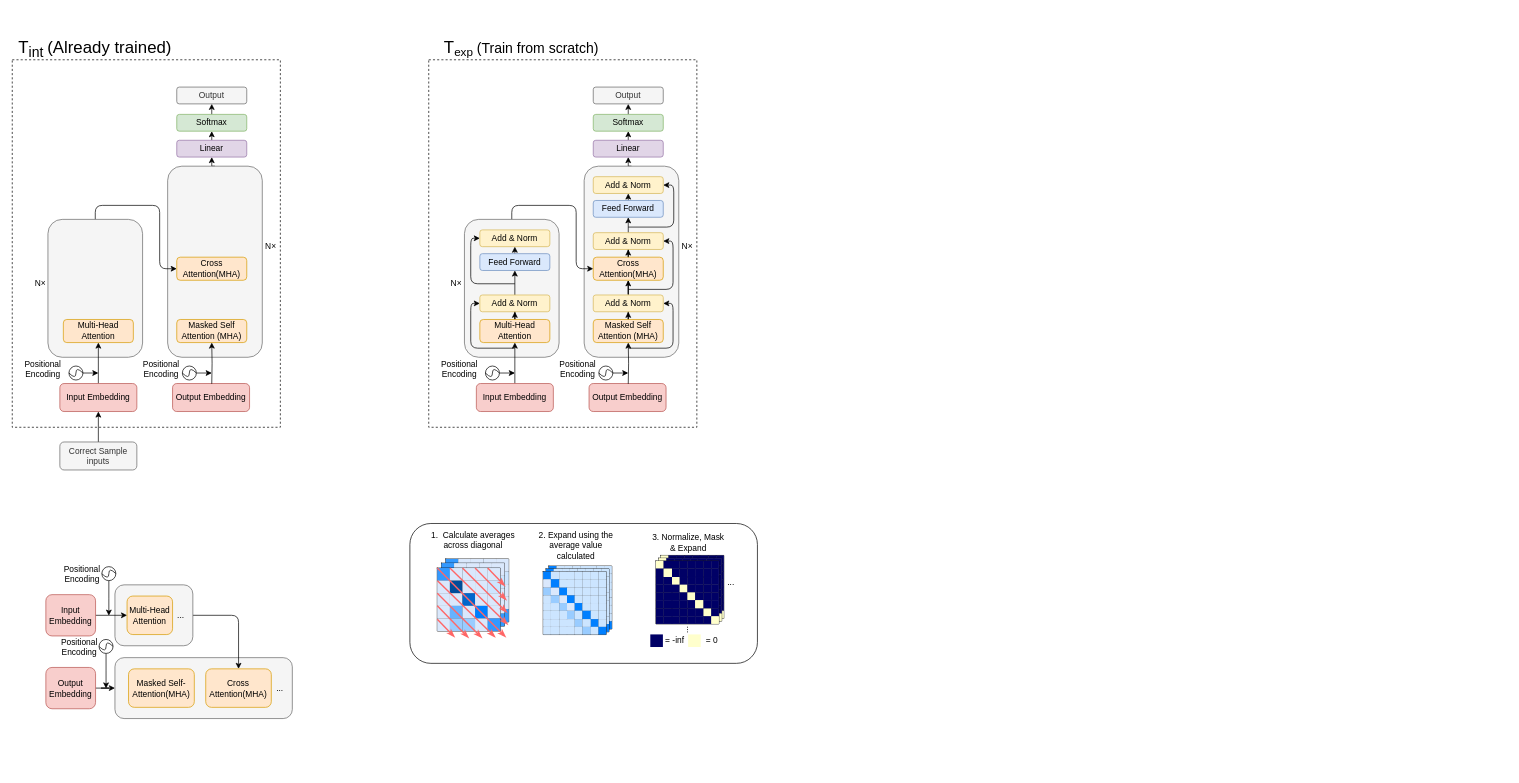
Before: graphs/simplifieddiagram.drawio in shaoxiongduan/AttentionBiasCalibration, a draw.io diagram. Source tidied: cells renumbered, new cells numbered last; positions are measured from the earlier drawing's top-left corner, leaving out a move shared by most shapes. Both pictures are drawn from the tidied source at 70%, with x=0, y=0 at pixel (12, 37).
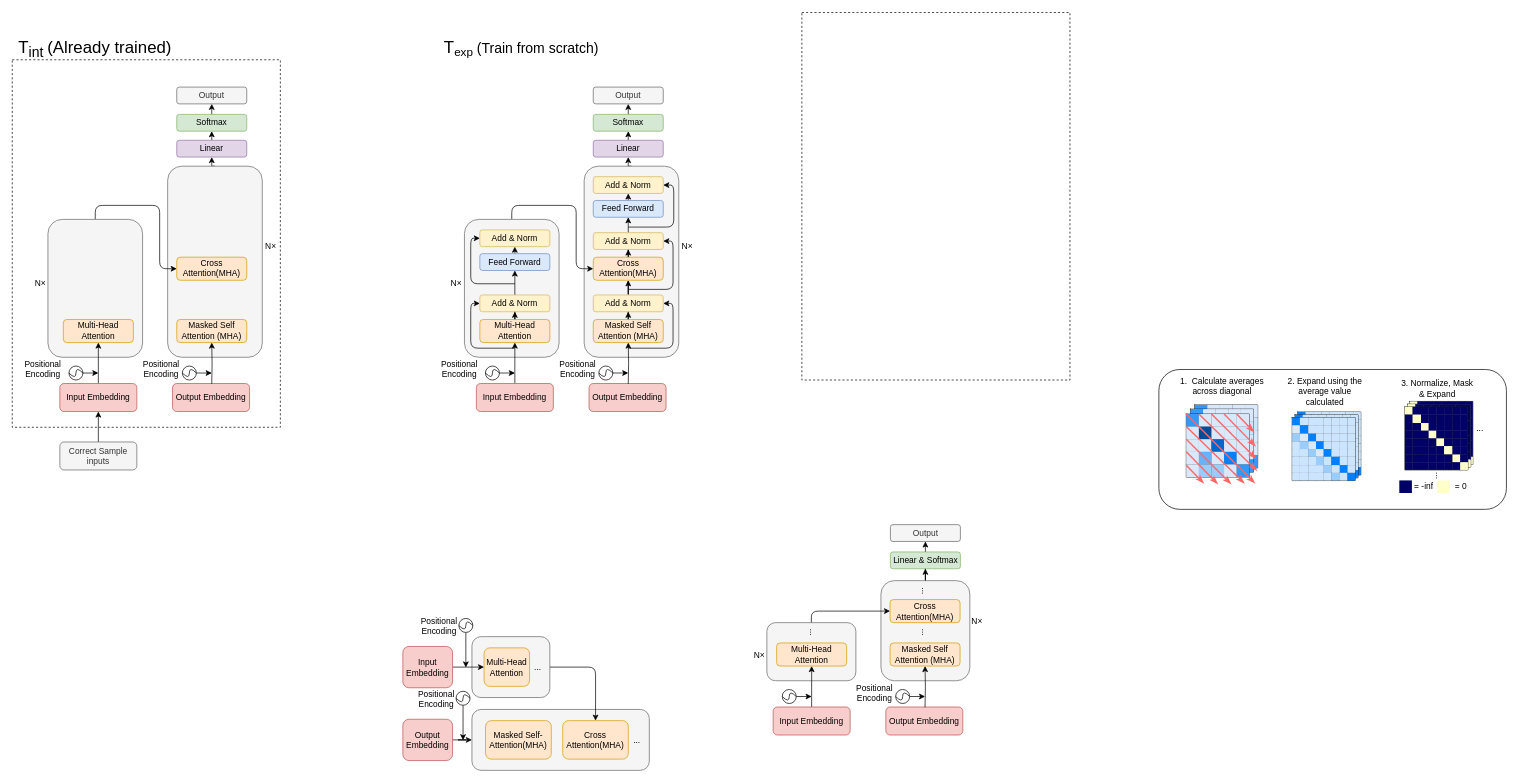
After the change.

Diff of the diagram source:
```diff
@@
     <mxCell id="2" style="rounded=1;whiteSpace=wrap;html=1;align=center;fillColor=#f5f5f5;fontColor=#333333;strokeColor=#666666;" parent="1" vertex="1">
-      <mxGeometry x="146.7" y="886" width="253.4" height="87" as="geometry" />
+      <mxGeometry x="656.7" y="960" width="253.4" height="87" as="geometry" />
     </mxCell>
@@
     <mxCell id="30" style="rounded=0;whiteSpace=wrap;html=1;dashed=1;" parent="1" vertex="1">
-      <mxGeometry x="595" y="31.9" width="383" height="525" as="geometry" />
+      <mxGeometry x="1128" y="-35.6" width="383" height="525" as="geometry" />
     </mxCell>
@@
     <mxCell id="85" style="group;" parent="1" vertex="1">
-      <mxGeometry x="568" y="694.4" width="496.5" height="199.8" as="geometry" />
+      <mxGeometry x="1638" y="474.4" width="496.5" height="199.8" as="geometry" />
     </mxCell>
@@
     <mxCell id="641" style="rounded=1;whiteSpace=wrap;html=1;align=center;fillColor=#f5f5f5;fontColor=#333333;strokeColor=#666666;" parent="1" vertex="1">
-      <mxGeometry x="146.7" y="782" width="111.3" height="87" as="geometry" />
+      <mxGeometry x="656.7" y="856" width="111.3" height="87" as="geometry" />
     </mxCell>
     <mxCell id="642" value="Multi-Head Attention" style="rounded=1;whiteSpace=wrap;html=1;fillColor=#ffe6cc;strokeColor=#d79b00;" parent="1" vertex="1">
-      <mxGeometry x="164" y="798" width="65" height="55" as="geometry" />
+      <mxGeometry x="674" y="872" width="65" height="55" as="geometry" />
     </mxCell>
@@
     <mxCell id="644" value="Input Embedding" style="rounded=1;whiteSpace=wrap;html=1;fillColor=#f8cecc;strokeColor=#b85450;" parent="1" vertex="1">
-      <mxGeometry x="48" y="796" width="71" height="59" as="geometry" />
+      <mxGeometry x="558" y="870" width="71" height="59" as="geometry" />
     </mxCell>
     <mxCell id="645" style="group;" parent="1" vertex="1">
-      <mxGeometry x="128" y="756" width="20" height="20" as="geometry" />
+      <mxGeometry x="638" y="830" width="20" height="20" as="geometry" />
     </mxCell>
@@
     <mxCell id="649" value="Positional Encoding" style="text;html=1;strokeColor=none;fillColor=none;align=center;verticalAlign=middle;whiteSpace=wrap;rounded=0;" parent="1" vertex="1">
-      <mxGeometry x="60" y="752" width="80" height="30" as="geometry" />
+      <mxGeometry x="570" y="826" width="80" height="30" as="geometry" />
     </mxCell>
     <mxCell id="650" value="Masked Self-Attention(MHA)" style="rounded=1;whiteSpace=wrap;html=1;fillColor=#ffe6cc;strokeColor=#d79b00;" parent="1" vertex="1">
-      <mxGeometry x="166.1" y="902" width="94" height="55" as="geometry" />
+      <mxGeometry x="676.1" y="976" width="94" height="55" as="geometry" />
     </mxCell>
     <mxCell id="651" value="Cross Attention(MHA)" style="rounded=1;whiteSpace=wrap;html=1;fillColor=#ffe6cc;strokeColor=#d79b00;" parent="1" vertex="1">
-      <mxGeometry x="276.4" y="902" width="93.7" height="55" as="geometry" />
+      <mxGeometry x="786.4" y="976" width="93.7" height="55" as="geometry" />
     </mxCell>
     <mxCell id="652" value="..." style="text;html=1;strokeColor=none;fillColor=none;align=center;verticalAlign=middle;whiteSpace=wrap;rounded=0;" parent="1" vertex="1">
-      <mxGeometry x="229.3" y="810.5" width="23.7" height="30" as="geometry" />
+      <mxGeometry x="739.3" y="884.5" width="23.7" height="30" as="geometry" />
     </mxCell>
     <mxCell id="653" value="..." style="text;html=1;strokeColor=none;fillColor=none;align=center;verticalAlign=middle;whiteSpace=wrap;rounded=0;" parent="1" vertex="1">
-      <mxGeometry x="370.1" y="914.5" width="25" height="30" as="geometry" />
+      <mxGeometry x="880.1" y="988.5" width="25" height="30" as="geometry" />
     </mxCell>
@@
     <mxCell id="655" value="Output Embedding" style="rounded=1;whiteSpace=wrap;html=1;fillColor=#f8cecc;strokeColor=#b85450;" parent="1" vertex="1">
-      <mxGeometry x="48" y="900" width="71" height="59" as="geometry" />
+      <mxGeometry x="558" y="974" width="71" height="59" as="geometry" />
     </mxCell>
     <mxCell id="656" style="group;" parent="1" vertex="1">
-      <mxGeometry x="124" y="860" width="20" height="20" as="geometry" />
+      <mxGeometry x="634" y="934" width="20" height="20" as="geometry" />
     </mxCell>
@@
     <mxCell id="660" value="Positional Encoding" style="text;html=1;strokeColor=none;fillColor=none;align=center;verticalAlign=middle;whiteSpace=wrap;rounded=0;" parent="1" vertex="1">
-      <mxGeometry x="56" y="856" width="80" height="30" as="geometry" />
+      <mxGeometry x="566" y="930" width="80" height="30" as="geometry" />
     </mxCell>
+    <mxCell id="661" style="edgeStyle=orthogonalEdgeStyle;rounded=0;jettySize=auto;html=1;entryX=0.5;entryY=1;entryDx=0;entryDy=0;" parent="1" edge="1" source="662" target="687">
+      <mxGeometry relative="1" as="geometry" />
+    </mxCell>
+    <mxCell id="662" style="rounded=1;whiteSpace=wrap;html=1;align=center;fillColor=#f5f5f5;fontColor=#333333;strokeColor=#666666;" parent="1" vertex="1">
+      <mxGeometry x="1241" y="776" width="127" height="143" as="geometry" />
+    </mxCell>
+    <mxCell id="663" style="edgeStyle=orthogonalEdgeStyle;rounded=1;jettySize=auto;html=1;exitX=0.5;exitY=0;exitDx=0;exitDy=0;entryX=0;entryY=0.5;entryDx=0;entryDy=0;" parent="1" edge="1" source="664" target="680">
+      <mxGeometry relative="1" as="geometry">
+        <Array as="points">
+          <mxPoint x="1142" y="820" />
+          <mxPoint x="1254" y="820" />
+        </Array>
+      </mxGeometry>
+    </mxCell>
+    <mxCell id="664" style="rounded=1;whiteSpace=wrap;html=1;align=center;fillColor=#f5f5f5;fontColor=#333333;strokeColor=#666666;" parent="1" vertex="1">
+      <mxGeometry x="1078" y="836" width="127.2" height="83" as="geometry" />
+    </mxCell>
+    <mxCell id="665" style="edgeStyle=orthogonalEdgeStyle;rounded=0;jettySize=auto;html=1;exitX=0.5;exitY=0;exitDx=0;exitDy=0;entryX=0.5;entryY=1;entryDx=0;entryDy=0;" parent="1" edge="1" source="666" target="672">
+      <mxGeometry relative="1" as="geometry" />
+    </mxCell>
+    <mxCell id="666" value="Input Embedding" style="rounded=1;whiteSpace=wrap;html=1;fillColor=#f8cecc;strokeColor=#b85450;" parent="1" vertex="1">
+      <mxGeometry x="1087" y="956.5" width="110" height="40" as="geometry" />
+    </mxCell>
+    <mxCell id="667" value="Output Embedding" style="rounded=1;whiteSpace=wrap;html=1;fillColor=#f8cecc;strokeColor=#b85450;" parent="1" vertex="1">
+      <mxGeometry x="1248" y="956.5" width="110" height="40" as="geometry" />
+    </mxCell>
+    <mxCell id="668" style="group;" parent="1" vertex="1">
+      <mxGeometry x="1100" y="931.5" width="20" height="20" as="geometry" />
+    </mxCell>
+    <mxCell id="669" style="edgeStyle=orthogonalEdgeStyle;rounded=0;jettySize=auto;html=1;" parent="668" edge="1" source="670">
+      <mxGeometry relative="1" as="geometry">
+        <mxPoint x="42" y="10" as="targetPoint" />
+      </mxGeometry>
+    </mxCell>
+    <mxCell id="670" style="ellipse;whiteSpace=wrap;html=1;" parent="668" vertex="1">
+      <mxGeometry width="20" height="20" as="geometry" />
+    </mxCell>
+    <mxCell id="671" style="curved=1;endArrow=none;html=1;rounded=0;exitX=0;exitY=0.5;exitDx=0;exitDy=0;entryX=1;entryY=0.5;entryDx=0;entryDy=0;endFill=0;" parent="668" edge="1" source="670" target="670">
+      <mxGeometry relative="1" as="geometry">
+        <Array as="points">
+          <mxPoint x="10" y="20" />
+          <mxPoint x="10" />
+        </Array>
+      </mxGeometry>
+    </mxCell>
+    <mxCell id="672" value="Multi-Head Attention" style="rounded=1;whiteSpace=wrap;html=1;fillColor=#ffe6cc;strokeColor=#d79b00;" parent="1" vertex="1">
+      <mxGeometry x="1092" y="865" width="100" height="33" as="geometry" />
+    </mxCell>
+    <mxCell id="673" style="edgeStyle=orthogonalEdgeStyle;rounded=0;jettySize=auto;html=1;exitX=0.5;exitY=0;exitDx=0;exitDy=0;entryX=0.5;entryY=1;entryDx=0;entryDy=0;" parent="1" edge="1" target="678">
+      <mxGeometry relative="1" as="geometry">
+        <mxPoint x="1304" y="957" as="sourcePoint" />
+      </mxGeometry>
+    </mxCell>
+    <mxCell id="674" style="group;" parent="1" vertex="1">
+      <mxGeometry x="1262" y="931.5" width="20" height="20" as="geometry" />
+    </mxCell>
+    <mxCell id="675" style="edgeStyle=orthogonalEdgeStyle;rounded=0;jettySize=auto;html=1;" parent="674" edge="1" source="676">
+      <mxGeometry relative="1" as="geometry">
+        <mxPoint x="42" y="10" as="targetPoint" />
+      </mxGeometry>
+    </mxCell>
+    <mxCell id="676" style="ellipse;whiteSpace=wrap;html=1;" parent="674" vertex="1">
+      <mxGeometry width="20" height="20" as="geometry" />
+    </mxCell>
+    <mxCell id="677" style="curved=1;endArrow=none;html=1;rounded=0;exitX=0;exitY=0.5;exitDx=0;exitDy=0;entryX=1;entryY=0.5;entryDx=0;entryDy=0;endFill=0;" parent="674" edge="1" source="676" target="676">
+      <mxGeometry relative="1" as="geometry">
+        <Array as="points">
+          <mxPoint x="10" y="20" />
+          <mxPoint x="10" />
+        </Array>
+      </mxGeometry>
+    </mxCell>
+    <mxCell id="678" value="Masked Self Attention (MHA)" style="rounded=1;whiteSpace=wrap;html=1;fillColor=#ffe6cc;strokeColor=#d79b00;" parent="1" vertex="1">
+      <mxGeometry x="1254" y="865" width="100" height="33" as="geometry" />
+    </mxCell>
+    <mxCell id="679" value="Positional Encoding" style="text;html=1;strokeColor=none;fillColor=none;align=center;verticalAlign=middle;whiteSpace=wrap;rounded=0;" parent="1" vertex="1">
+      <mxGeometry x="1192" y="921.5" width="80" height="30" as="geometry" />
+    </mxCell>
+    <mxCell id="680" value="Cross Attention(MHA)" style="rounded=1;whiteSpace=wrap;html=1;fillColor=#ffe6cc;strokeColor=#d79b00;" parent="1" vertex="1">
+      <mxGeometry x="1254" y="803" width="100" height="33" as="geometry" />
+    </mxCell>
+    <mxCell id="681" value="N×" style="text;html=1;align=center;verticalAlign=middle;strokeColor=none;fillColor=none;" parent="1" vertex="1">
+      <mxGeometry x="1047" y="868" width="40" height="30" as="geometry" />
+    </mxCell>
+    <mxCell id="682" value="N×" style="text;html=1;align=center;verticalAlign=middle;strokeColor=none;fillColor=none;" parent="1" vertex="1">
+      <mxGeometry x="1358" y="820" width="40" height="30" as="geometry" />
+    </mxCell>
+    <mxCell id="683" value="..." style="text;html=1;strokeColor=none;fillColor=none;align=center;verticalAlign=middle;whiteSpace=wrap;rounded=0;rotation=-90;" parent="1" vertex="1">
+      <mxGeometry x="1128" y="835" width="20" height="30" as="geometry" />
+    </mxCell>
+    <mxCell id="684" value="..." style="text;html=1;strokeColor=none;fillColor=none;align=center;verticalAlign=middle;whiteSpace=wrap;rounded=0;rotation=-90;" parent="1" vertex="1">
+      <mxGeometry x="1288" y="835" width="20" height="30" as="geometry" />
+    </mxCell>
+    <mxCell id="685" value="..." style="text;html=1;strokeColor=none;fillColor=none;align=center;verticalAlign=middle;whiteSpace=wrap;rounded=0;rotation=-90;" parent="1" vertex="1">
+      <mxGeometry x="1288" y="776" width="20" height="30" as="geometry" />
+    </mxCell>
+    <mxCell id="686" style="edgeStyle=orthogonalEdgeStyle;rounded=0;jettySize=auto;html=1;exitX=0.5;exitY=0;exitDx=0;exitDy=0;entryX=0.5;entryY=1;entryDx=0;entryDy=0;" parent="1" edge="1" source="687" target="688">
+      <mxGeometry relative="1" as="geometry" />
+    </mxCell>
+    <mxCell id="687" value="Linear &amp;amp; Softmax" style="rounded=1;whiteSpace=wrap;html=1;fillColor=#d5e8d4;strokeColor=#82b366;" parent="1" vertex="1">
+      <mxGeometry x="1254.5" y="735" width="100" height="24" as="geometry" />
+    </mxCell>
+    <mxCell id="688" value="Output" style="rounded=1;whiteSpace=wrap;html=1;fillColor=#f5f5f5;fontColor=#333333;strokeColor=#666666;" parent="1" vertex="1">
+      <mxGeometry x="1254.5" y="696" width="100" height="24" as="geometry" />
+    </mxCell>
```
